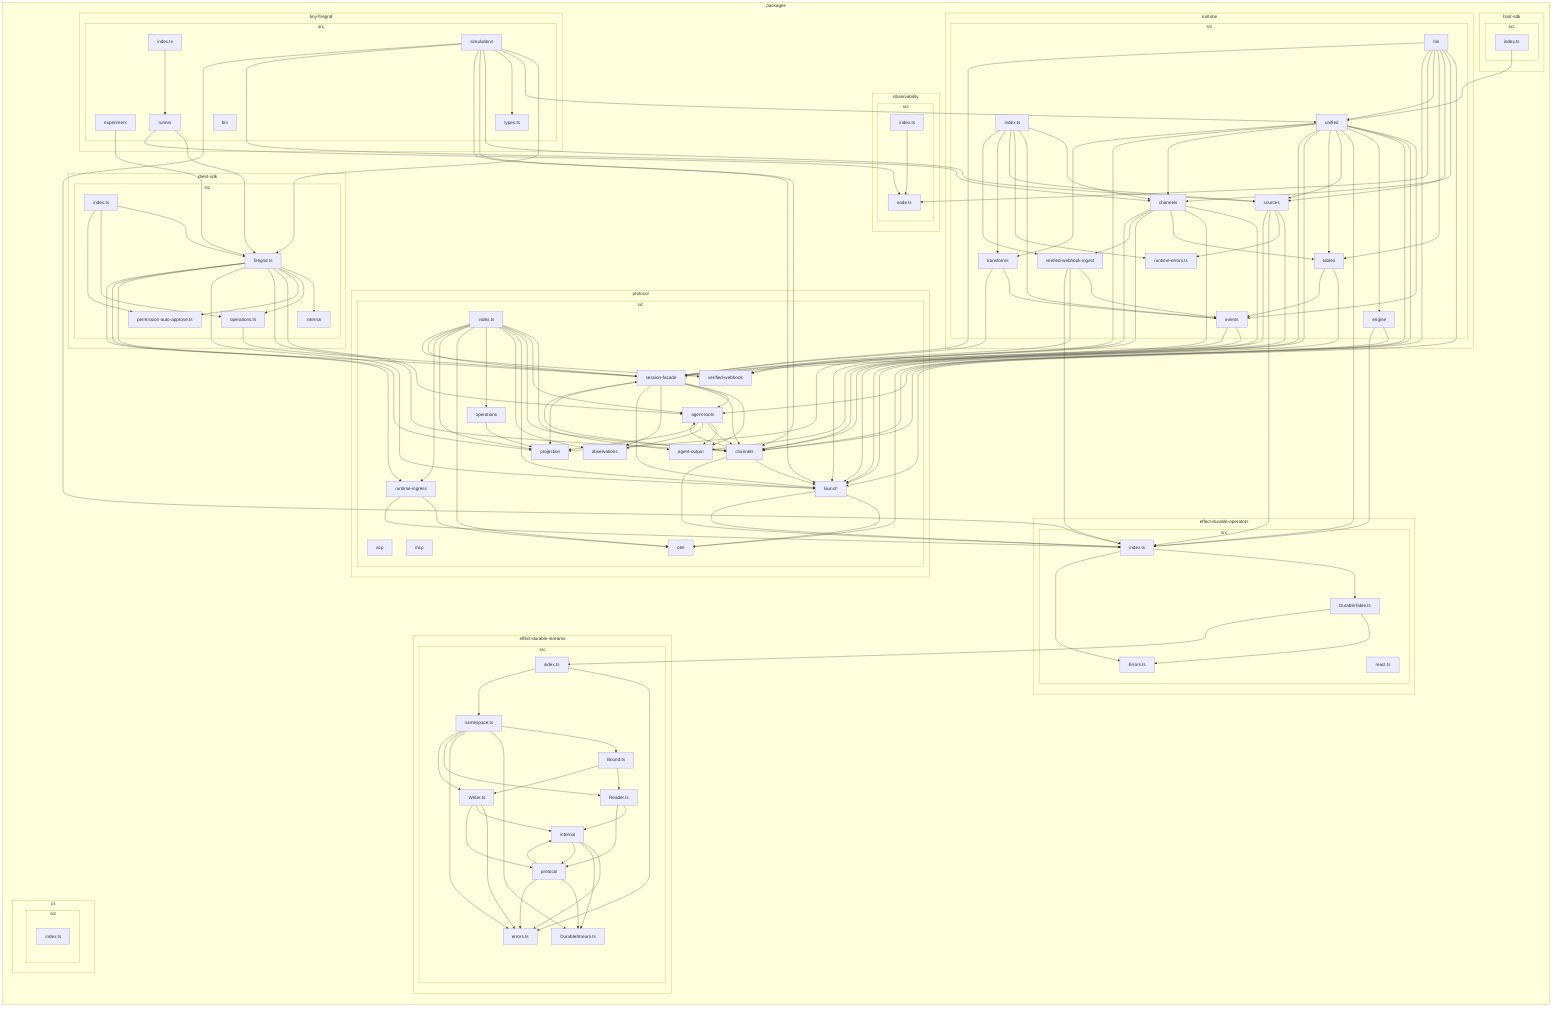
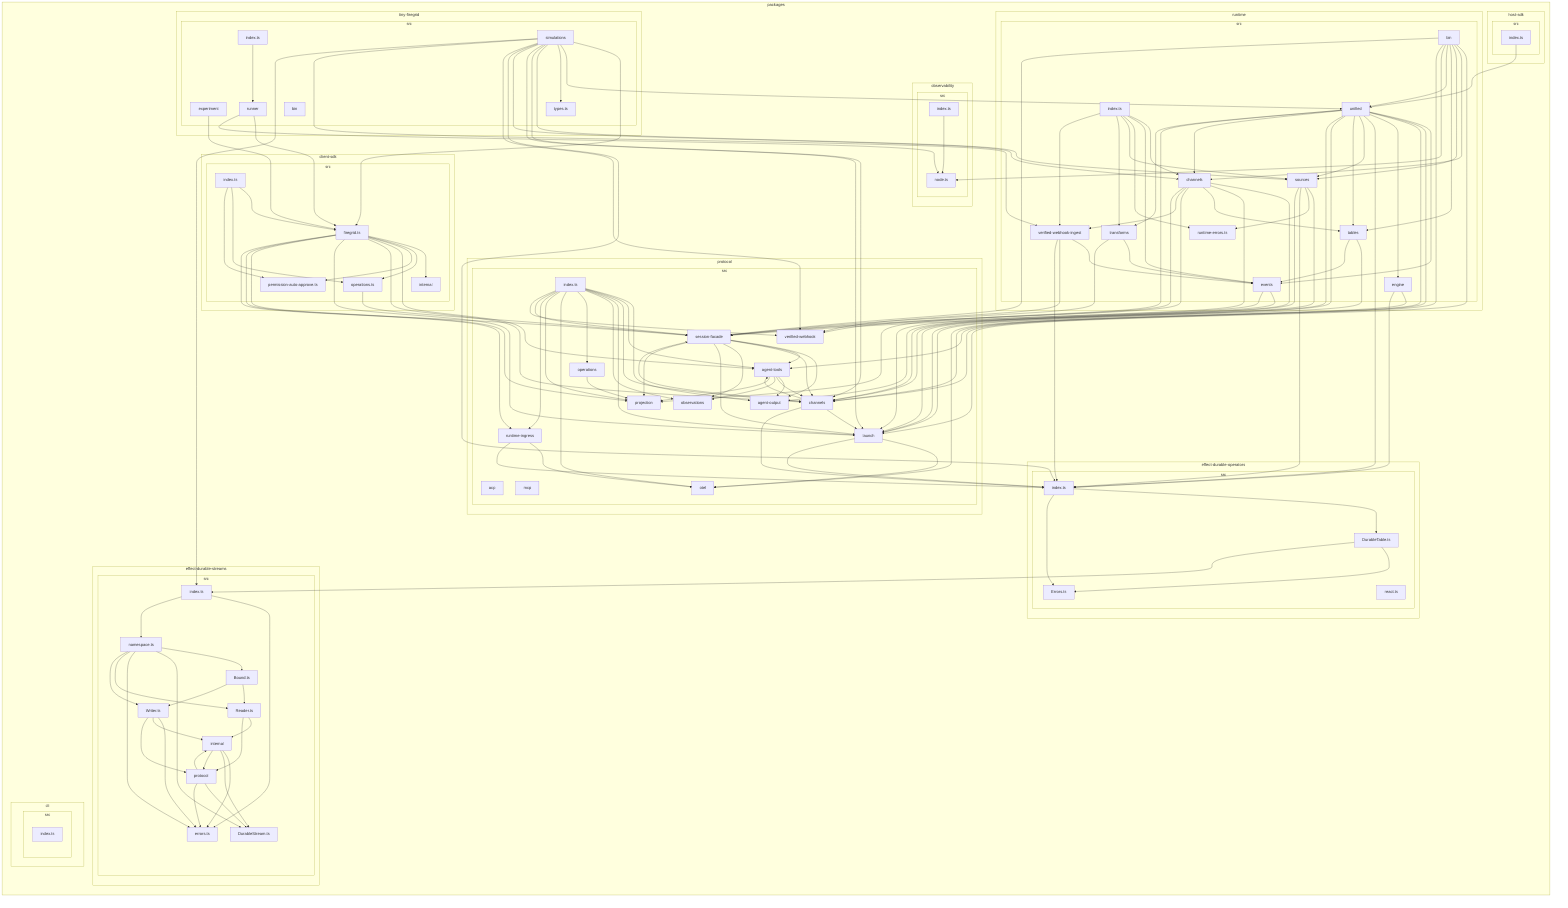
flowchart LR

subgraph 0["packages"]
subgraph 1["cli"]
subgraph 2["src"]
3["index.ts"]
end
end
subgraph 4["client-sdk"]
subgraph 5["src"]
6["firegrid.ts"]
7["index.ts"]
8["internal"]
9["operations.ts"]
A["permission-auto-approve.ts"]
end
end
subgraph B["effect-durable-operators"]
subgraph C["src"]
D["DurableTable.ts"]
E["Errors.ts"]
F["index.ts"]
G["react.ts"]
end
end
subgraph H["effect-durable-streams"]
subgraph I["src"]
J["Bound.ts"]
K["DurableStream.ts"]
L["Reader.ts"]
M["Writer.ts"]
N["errors.ts"]
O["index.ts"]
P["internal"]
Q["namespace.ts"]
R["protocol"]
end
end
subgraph S["host-sdk"]
subgraph T["src"]
U["index.ts"]
end
end
subgraph V["observability"]
subgraph W["src"]
X["index.ts"]
Y["node.ts"]
end
end
subgraph Z["protocol"]
subgraph 10["src"]
11["acp"]
12["agent-output"]
13["agent-tools"]
14["channels"]
15["index.ts"]
16["launch"]
17["mcp"]
18["observations"]
19["operations"]
1A["otel"]
1B["projection"]
1C["runtime-ingress"]
1D["session-facade"]
1E["verified-webhook"]
end
end
subgraph 1F["runtime"]
subgraph 1G["src"]
1H["bin"]
1I["channels"]
1J["engine"]
1K["events"]
1L["index.ts"]
1M["runtime-errors.ts"]
1N["sources"]
1O["tables"]
1P["transforms"]
1Q["unified"]
1R["verified-webhook-ingest"]
end
end
subgraph 1S["tiny-firegrid"]
subgraph 1T["src"]
1U["bin"]
1V["experiment"]
1W["index.ts"]
1X["runner"]
1Y["simulations"]
1Z["types.ts"]
end
end
end
6-->8
6-->9
6-->A
6-->13
6-->14
6-->16
6-->1B
6-->1C
6-->1D
7-->6
7-->9
7-->A
9-->1D
D-->E
D-->O
F-->D
F-->E
J-->L
J-->M
L-->P
L-->R
M-->N
M-->P
M-->R
O-->N
O-->Q
P-->N
P-->K
P-->R
Q-->J
Q-->K
Q-->N
Q-->L
Q-->M
R-->K
R-->P
R-->N
U-->1Q
X-->Y
13-->12
13-->14
13-->18
13-->1B
14-->13
14-->16
14-->1D
14-->F
15-->12
15-->13
15-->14
15-->16
15-->18
15-->19
15-->1A
15-->1B
15-->1C
15-->1D
15-->1E
16-->1A
16-->F
19-->1B
1C-->1A
1C-->F
1D-->12
1D-->13
1D-->14
1D-->18
1D-->16
1D-->1B
1H-->16
1H-->1I
1H-->1N
1H-->1O
1H-->1Q
1H-->Y
1H-->14
1H-->1D
1I-->14
1I-->16
1I-->1O
1I-->1D
1I-->1R
1I-->1E
1J-->1A
1J-->F
1K-->12
1K-->1D
1L-->1I
1L-->1K
1L-->1M
1L-->1N
1L-->1P
1L-->1R
1N-->16
1N-->1M
1N-->F
1N-->14
1O-->16
1O-->1K
1P-->1K
1P-->1D
1Q-->1K
1Q-->13
1Q-->14
1Q-->1J
1Q-->F
1Q-->1N
1Q-->1O
1Q-->16
1Q-->1D
1Q-->1I
1Q-->1B
1Q-->1P
1R-->1K
1R-->1E
1R-->F
1V-->6
1W-->1X
1X-->6
1X-->Y
1Y-->6
1Y-->1Q
1Y-->1Z
1Y-->1N
1Y-->14
1Y-->16
1Y-->1I
1Y-->F
+ 1Y-->1E
+ 1Y-->1R
+ 1Y-->O
